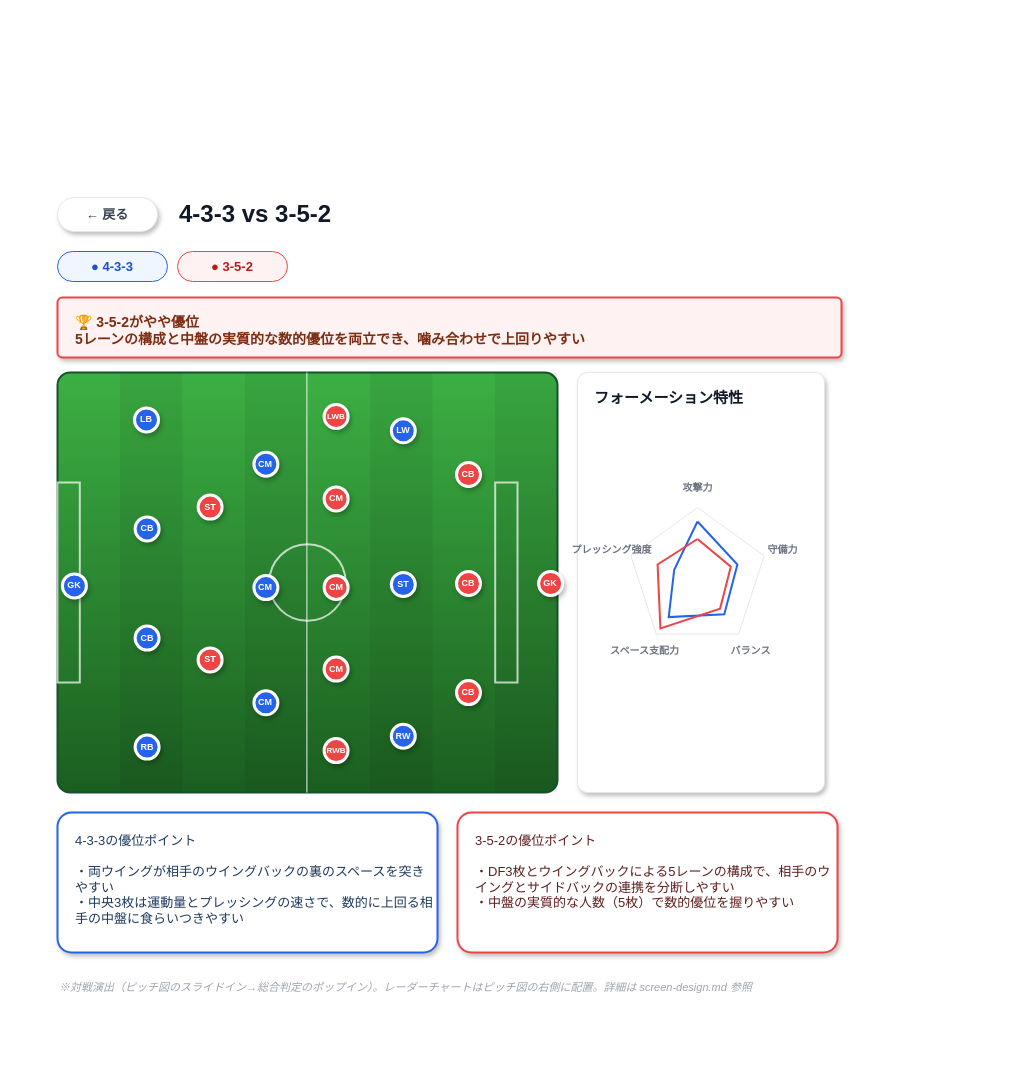
The draw.io diagram page "wireframe-comparison" (2 of 2) of docs/specs/2_basic-design/wireframes.drawio in n-yata/soccer-sim, before the edit. Source tidied: cells renumbered, new cells numbered last; positions are measured from the earlier drawing's top-left corner, leaving out a move shared by most shapes. Both pictures are drawn from the tidied source at 100%, with x=0, y=0 at pixel (57, 195).
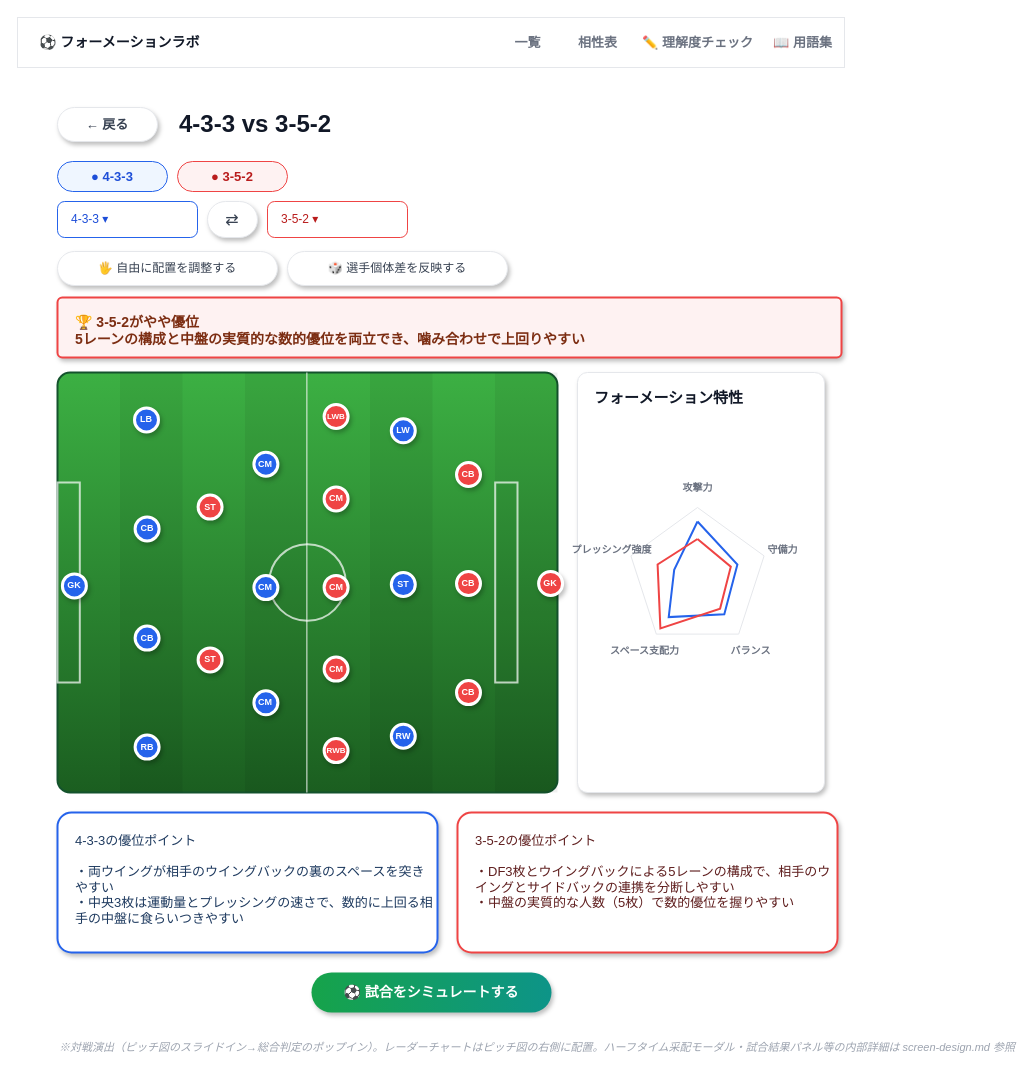
After the change.

The edit, as a diff of the source:
```diff
@@
+    <mxCell id="51" style="rounded=0;whiteSpace=wrap;html=1;fillColor=#FFFFFF;strokeColor=#E5E7EB;strokeWidth=1;" parent="1" vertex="1">
+      <mxGeometry x="-40" y="-178" width="827" height="50" as="geometry" />
+    </mxCell>
+    <mxCell id="52" value="⚽ フォーメーションラボ" style="text;html=1;fontSize=14;fontStyle=1;align=left;verticalAlign=middle;fontColor=#111827;" parent="1" vertex="1">
+      <mxGeometry x="-20" y="-165" width="220" height="24" as="geometry" />
+    </mxCell>
+    <mxCell id="53" value="一覧" style="text;html=1;fontSize=13;fontStyle=1;align=center;verticalAlign=middle;fontColor=#6B7280;" parent="1" vertex="1">
+      <mxGeometry x="440" y="-165" width="60" height="24" as="geometry" />
+    </mxCell>
+    <mxCell id="54" value="相性表" style="text;html=1;fontSize=13;fontStyle=1;align=center;verticalAlign=middle;fontColor=#6B7280;" parent="1" vertex="1">
+      <mxGeometry x="510" y="-165" width="60" height="24" as="geometry" />
+    </mxCell>
+    <mxCell id="55" value="✏️ 理解度チェック" style="text;html=1;fontSize=13;fontStyle=1;align=center;verticalAlign=middle;fontColor=#6B7280;" parent="1" vertex="1">
+      <mxGeometry x="580" y="-165" width="120" height="24" as="geometry" />
+    </mxCell>
+    <mxCell id="56" value="📖 用語集" style="text;html=1;fontSize=13;fontStyle=1;align=center;verticalAlign=middle;fontColor=#6B7280;" parent="1" vertex="1">
+      <mxGeometry x="700" y="-165" width="90" height="24" as="geometry" />
+    </mxCell>
     <mxCell id="2" value="← 戻る" style="rounded=1;arcSize=50;whiteSpace=wrap;html=1;fillColor=#FFFFFF;strokeColor=#E5E7EB;shadow=1;fontSize=13;fontColor=#374151;fontStyle=1;" parent="1" vertex="1">
-      <mxGeometry y="2" width="100" height="34" as="geometry" />
+      <mxGeometry y="-88" width="100" height="34" as="geometry" />
     </mxCell>
     <mxCell id="3" value="4-3-3 vs 3-5-2" style="text;html=1;fontSize=24;fontStyle=1;align=left;verticalAlign=middle;fontColor=#111827;" parent="1" vertex="1">
-      <mxGeometry x="120" width="400" height="38" as="geometry" />
+      <mxGeometry x="120" y="-90" width="400" height="38" as="geometry" />
     </mxCell>
     <mxCell id="4" value="● 4-3-3" style="rounded=1;arcSize=50;whiteSpace=wrap;html=1;fillColor=#EFF6FF;strokeColor=#2563EB;fontSize=13;fontStyle=1;fontColor=#1D4ED8;" parent="1" vertex="1">
-      <mxGeometry y="56" width="110" height="30" as="geometry" />
+      <mxGeometry y="-34" width="110" height="30" as="geometry" />
     </mxCell>
     <mxCell id="5" value="● 3-5-2" style="rounded=1;arcSize=50;whiteSpace=wrap;html=1;fillColor=#FEF2F2;strokeColor=#EF4444;fontSize=13;fontStyle=1;fontColor=#B91C1C;" parent="1" vertex="1">
-      <mxGeometry x="120" y="56" width="110" height="30" as="geometry" />
+      <mxGeometry x="120" y="-34" width="110" height="30" as="geometry" />
     </mxCell>
+    <mxCell id="57" value="4-3-3 ▾" style="rounded=1;arcSize=20;whiteSpace=wrap;html=1;fillColor=#FFFFFF;strokeColor=#2563EB;fontSize=12;align=left;spacingLeft=12;fontColor=#1D4ED8;" parent="1" vertex="1">
+      <mxGeometry y="6" width="140" height="36" as="geometry" />
+    </mxCell>
+    <mxCell id="58" value="⇄" style="rounded=1;arcSize=50;whiteSpace=wrap;html=1;fillColor=#FFFFFF;strokeColor=#E5E7EB;shadow=1;fontSize=16;align=center;verticalAlign=middle;fontColor=#374151;" parent="1" vertex="1">
+      <mxGeometry x="150" y="6" width="50" height="36" as="geometry" />
+    </mxCell>
+    <mxCell id="59" value="3-5-2 ▾" style="rounded=1;arcSize=20;whiteSpace=wrap;html=1;fillColor=#FFFFFF;strokeColor=#EF4444;fontSize=12;align=left;spacingLeft=12;fontColor=#B91C1C;" parent="1" vertex="1">
+      <mxGeometry x="210" y="6" width="140" height="36" as="geometry" />
+    </mxCell>
+    <mxCell id="60" value="🖐️ 自由に配置を調整する" style="rounded=1;arcSize=50;whiteSpace=wrap;html=1;fillColor=#FFFFFF;strokeColor=#E5E7EB;shadow=1;fontSize=12;align=center;verticalAlign=middle;fontColor=#374151;" parent="1" vertex="1">
+      <mxGeometry y="56" width="220" height="34" as="geometry" />
+    </mxCell>
+    <mxCell id="61" value="🎲 選手個体差を反映する" style="rounded=1;arcSize=50;whiteSpace=wrap;html=1;fillColor=#FFFFFF;strokeColor=#E5E7EB;shadow=1;fontSize=12;align=center;verticalAlign=middle;fontColor=#374151;" parent="1" vertex="1">
+      <mxGeometry x="230" y="56" width="220" height="34" as="geometry" />
+    </mxCell>
@@
+    <mxCell id="62" value="⚽ 試合をシミュレートする" style="rounded=1;arcSize=50;whiteSpace=wrap;html=1;fillColor=#16A34A;gradientColor=#0D9488;gradientDirection=east;strokeColor=none;shadow=1;fontSize=14;fontStyle=1;fontColor=#FFFFFF;" parent="1" vertex="1">
+      <mxGeometry x="254" y="777" width="240" height="40" as="geometry" />
+    </mxCell>
-    <mxCell id="50" value="※対戦演出（ピッチ図のスライドイン→総合判定のポップイン）。レーダーチャートはピッチ図の右側に配置。詳細は screen-design.md 参照" style="text;html=1;fontSize=11;align=left;verticalAlign=middle;fontColor=#9CA3AF;fontStyle=2;" parent="1" vertex="1">
-      <mxGeometry y="777" width="784" height="30" as="geometry" />
+    <mxCell id="50" value="※対戦演出（ピッチ図のスライドイン→総合判定のポップイン）。レーダーチャートはピッチ図の右側に配置。ハーフタイム采配モーダル・試合結果パネル等の内部詳細は screen-design.md 参照" style="text;html=1;fontSize=11;align=left;verticalAlign=middle;fontColor=#9CA3AF;fontStyle=2;" parent="1" vertex="1">
+      <mxGeometry y="837" width="784" height="30" as="geometry" />
     </mxCell>
```
